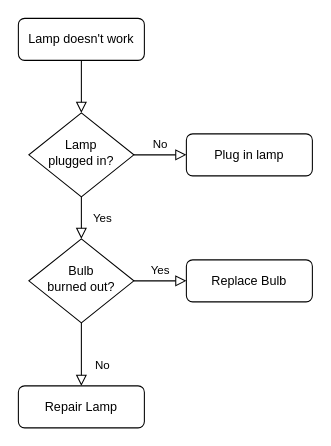
Above: pic/未命名绘图.drawio in qaz1099379673/draw_io (draw.io), before the change. Source tidied: cells renumbered, new cells numbered last; positions are measured from the earlier drawing's top-left corner, leaving out a move shared by most shapes. Both pictures are drawn from the tidied source at 105%, with x=0, y=0 at pixel (18, 18).
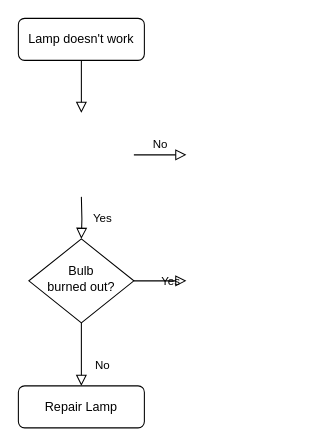
Above is the later version.

What changed in the source:
```diff
@@
 <mxGraphModel>
   <root>
     <mxCell id="0" />
     <mxCell id="1" parent="0" />
-    <mxCell id="2" style="rounded=0;html=1;jettySize=auto;fontSize=11;endArrow=block;endFill=0;endSize=8;strokeWidth=1;shadow=0;labelBackgroundColor=none;edgeStyle=orthogonalEdgeStyle;" parent="1" edge="1" source="3" target="6">
-      <mxGeometry relative="1" as="geometry" />
+    <mxCell id="2" style="rounded=0;html=1;jettySize=auto;fontSize=11;endArrow=block;endFill=0;endSize=8;strokeWidth=1;shadow=0;labelBackgroundColor=none;edgeStyle=orthogonalEdgeStyle;" parent="1" edge="1" source="3">
+      <mxGeometry relative="1" as="geometry">
+        <mxPoint x="60" y="90" as="targetPoint" />
+      </mxGeometry>
     </mxCell>
     <mxCell id="3" value="Lamp doesn't work" style="rounded=1;whiteSpace=wrap;html=1;fontSize=12;glass=0;strokeWidth=1;shadow=0;" parent="1" vertex="1">
       <mxGeometry width="120" height="40" as="geometry" />
     </mxCell>
-    <mxCell id="4" value="Yes" style="rounded=0;html=1;jettySize=auto;fontSize=11;endArrow=block;endFill=0;endSize=8;strokeWidth=1;shadow=0;labelBackgroundColor=none;edgeStyle=orthogonalEdgeStyle;" parent="1" edge="1" source="6" target="10">
-      <mxGeometry y="20" relative="1" as="geometry" />
+    <mxCell id="4" value="Yes" style="rounded=0;html=1;jettySize=auto;fontSize=11;endArrow=block;endFill=0;endSize=8;strokeWidth=1;shadow=0;labelBackgroundColor=none;edgeStyle=orthogonalEdgeStyle;" parent="1" edge="1" target="10">
+      <mxGeometry y="20" relative="1" as="geometry">
+        <mxPoint x="60" y="170" as="sourcePoint" />
+      </mxGeometry>
     </mxCell>
-    <mxCell id="5" value="No" style="edgeStyle=orthogonalEdgeStyle;rounded=0;html=1;jettySize=auto;fontSize=11;endArrow=block;endFill=0;endSize=8;strokeWidth=1;shadow=0;labelBackgroundColor=none;" parent="1" edge="1" source="6" target="7">
-      <mxGeometry y="10" relative="1" as="geometry" />
+    <mxCell id="5" value="No" style="edgeStyle=orthogonalEdgeStyle;rounded=0;html=1;jettySize=auto;orthogonalLoop=1;fontSize=11;endArrow=block;endFill=0;endSize=8;strokeWidth=1;shadow=0;labelBackgroundColor=none;" parent="1" edge="1">
+      <mxGeometry y="10" relative="1" as="geometry">
+        <mxPoint x="110" y="130" as="sourcePoint" />
+        <mxPoint x="160" y="130" as="targetPoint" />
+      </mxGeometry>
     </mxCell>
-    <mxCell id="6" value="Lamp&lt;br&gt;plugged in?" style="rhombus;whiteSpace=wrap;html=1;shadow=0;fontFamily=Helvetica;fontSize=12;align=center;strokeWidth=1;spacing=6;spacingTop=-4;" parent="1" vertex="1">
-      <mxGeometry x="10" y="90" width="100" height="80" as="geometry" />
-    </mxCell>
-    <mxCell id="7" value="Plug in lamp" style="rounded=1;whiteSpace=wrap;html=1;fontSize=12;glass=0;strokeWidth=1;shadow=0;" parent="1" vertex="1">
-      <mxGeometry x="160" y="110" width="120" height="40" as="geometry" />
-    </mxCell>
     <mxCell id="8" value="No" style="rounded=0;html=1;jettySize=auto;fontSize=11;endArrow=block;endFill=0;endSize=8;strokeWidth=1;shadow=0;labelBackgroundColor=none;edgeStyle=orthogonalEdgeStyle;" parent="1" edge="1" source="10" target="11">
       <mxGeometry x="0.33" y="20" relative="1" as="geometry" />
     </mxCell>
-    <mxCell id="9" value="Yes" style="edgeStyle=orthogonalEdgeStyle;rounded=0;html=1;jettySize=auto;fontSize=11;endArrow=block;endFill=0;endSize=8;strokeWidth=1;shadow=0;labelBackgroundColor=none;" parent="1" edge="1" source="10" target="12">
-      <mxGeometry y="10" relative="1" as="geometry" />
+    <mxCell id="9" value="Yes" style="edgeStyle=orthogonalEdgeStyle;rounded=0;html=1;jettySize=auto;fontSize=11;endArrow=block;endFill=0;endSize=8;strokeWidth=1;shadow=0;labelBackgroundColor=none;" parent="1" edge="1" source="10">
+      <mxGeometry y="10" relative="1" as="geometry">
+        <mxPoint x="160" y="250" as="targetPoint" />
+      </mxGeometry>
     </mxCell>
     <mxCell id="10" value="Bulb&lt;br&gt;burned out?" style="rhombus;whiteSpace=wrap;html=1;shadow=0;fontFamily=Helvetica;fontSize=12;align=center;strokeWidth=1;spacing=6;spacingTop=-4;" parent="1" vertex="1">
       <mxGeometry x="10" y="210" width="100" height="80" as="geometry" />
     </mxCell>
     <mxCell id="11" value="Repair Lamp" style="rounded=1;whiteSpace=wrap;html=1;fontSize=12;glass=0;strokeWidth=1;shadow=0;" parent="1" vertex="1">
       <mxGeometry y="350" width="120" height="40" as="geometry" />
     </mxCell>
-    <mxCell id="12" value="Replace Bulb" style="rounded=1;whiteSpace=wrap;html=1;fontSize=12;glass=0;strokeWidth=1;shadow=0;" parent="1" vertex="1">
-      <mxGeometry x="160" y="230" width="120" height="40" as="geometry" />
-    </mxCell>
   </root>
 </mxGraphModel>
```
